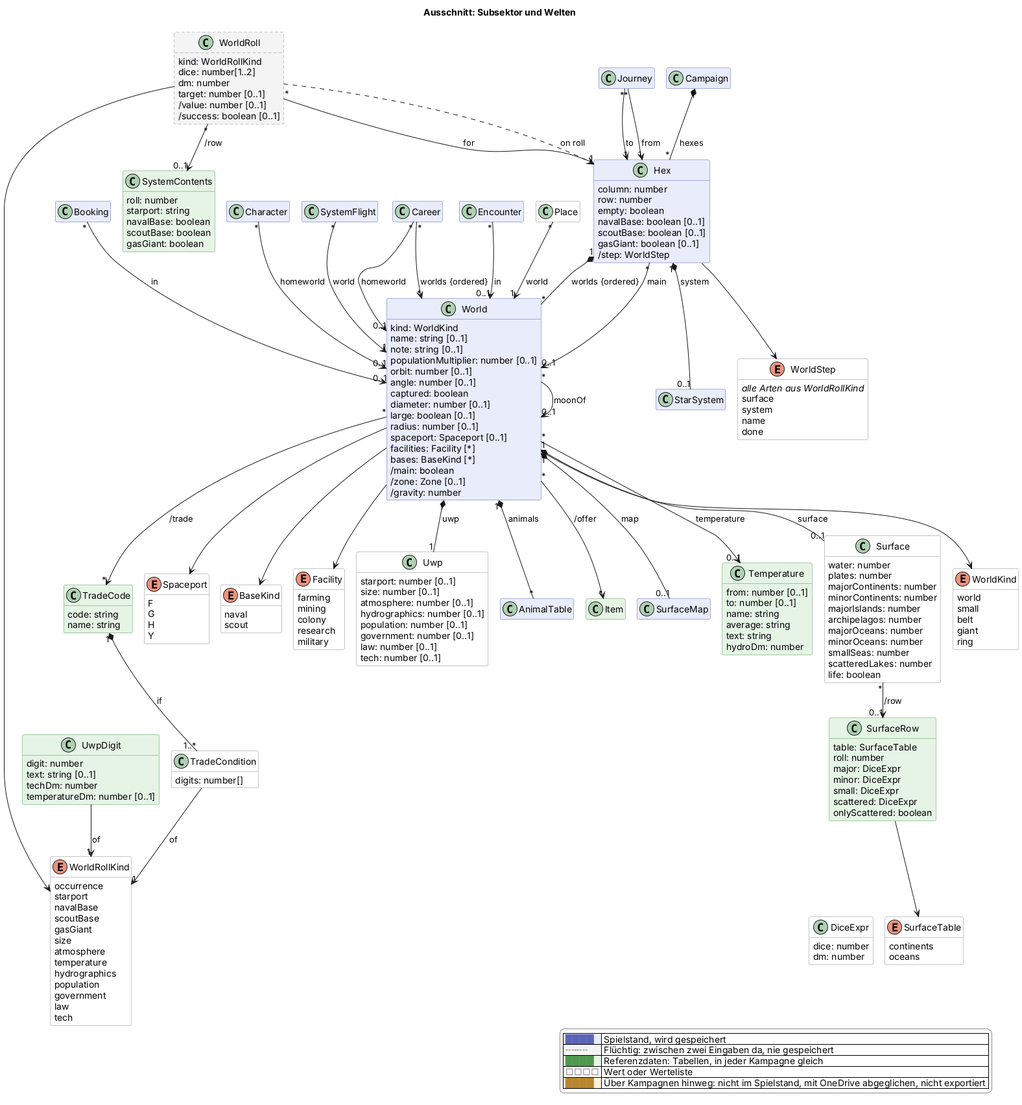
Earlier version of the PlantUML export docs/views/sektor.png (scuzzar/SRE).
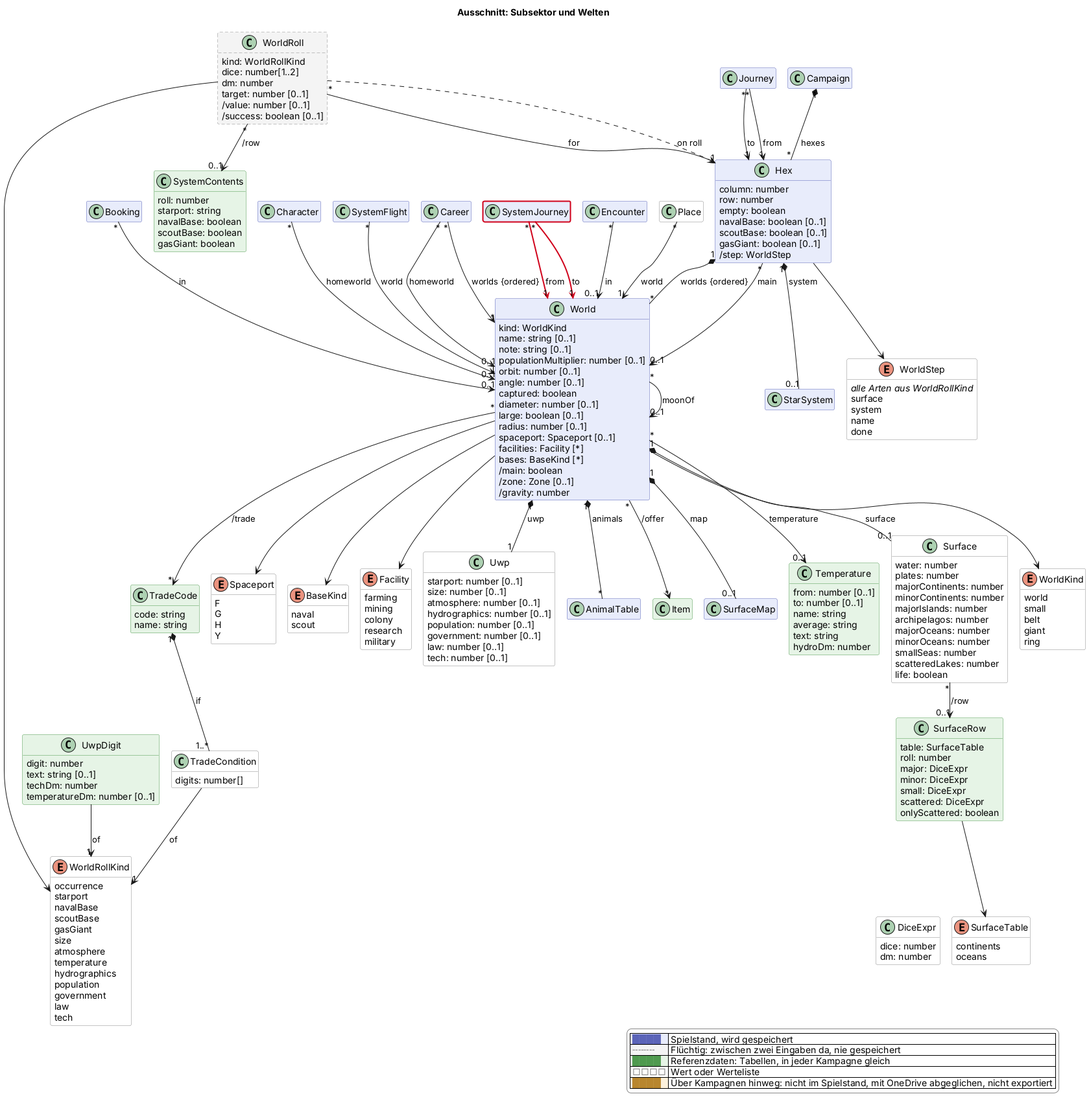
Above is the later version.

Diff of the diagram source:
```diff
@@ -152,6 +152,7 @@
 
 
   class Journey $reise
+  class SystemJourney $reise $newClass("2026-11-20d")
 
   class Encounter $begegnung
   class AnimalTable $begegnung
@@ -255,6 +256,8 @@
 
 Journey "*" --> "1" Hex : from
 Journey "*" --> "1" Hex : to
+SystemJourney "*" -$newArrow("2026-11-20d")-> "1" World : from
+SystemJourney "*" -$newArrow("2026-11-20d")-> "1" World : to
 
 Career "*" --> "0..1" World : homeworld
 Career "*" --> "*" World : worlds {ordered}
```
